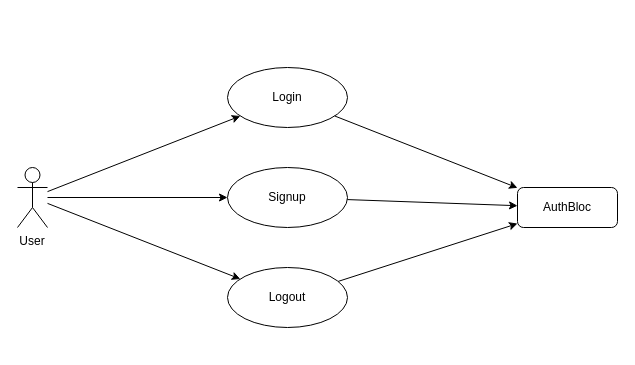
Above: assets/Detailed Auth Use Cases.drawio in Alekla0126/map_example (draw.io), before the change. Source tidied: cells renumbered, new cells numbered last; positions are measured from the earlier drawing's top-left corner, leaving out a move shared by most shapes. Both pictures are drawn from the tidied source at 100%, with x=0, y=0 at pixel (17, 67).
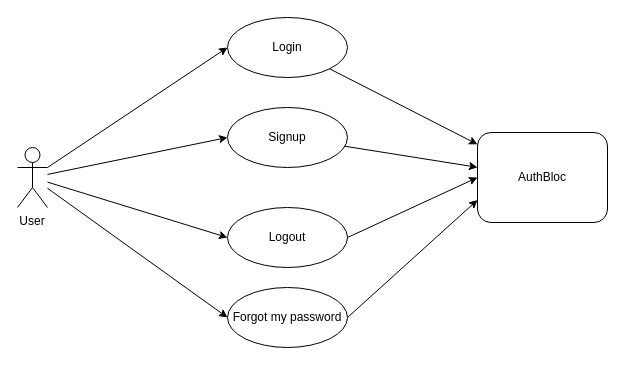
Above is the later version.

The edit, as a diff of the source:
```diff
@@
 <mxGraphModel>
   <root>
     <mxCell id="0" />
     <mxCell id="1" parent="0" />
+    <mxCell id="13" style="rounded=0;jettySize=auto;html=1;entryX=0;entryY=0.5;entryDx=0;entryDy=0;" parent="1" edge="1" source="2" target="15">
+      <mxGeometry relative="1" as="geometry" />
+    </mxCell>
     <mxCell id="2" value="User" style="shape=umlActor;verticalLabelPosition=bottom;verticalAlign=top;" parent="1" vertex="1">
-      <mxGeometry y="100" width="30" height="60" as="geometry" />
+      <mxGeometry y="80" width="30" height="60" as="geometry" />
     </mxCell>
     <mxCell id="3" value="Login" style="ellipse;whiteSpace=wrap;html=1;" parent="1" vertex="1">
-      <mxGeometry x="210" width="120" height="60" as="geometry" />
+      <mxGeometry x="210" y="-50" width="120" height="60" as="geometry" />
     </mxCell>
     <mxCell id="4" value="Signup" style="ellipse;whiteSpace=wrap;html=1;" parent="1" vertex="1">
-      <mxGeometry x="210" y="100" width="120" height="60" as="geometry" />
+      <mxGeometry x="210" y="40" width="120" height="60" as="geometry" />
     </mxCell>
     <mxCell id="5" value="Logout" style="ellipse;whiteSpace=wrap;html=1;" parent="1" vertex="1">
-      <mxGeometry x="210" y="200" width="120" height="60" as="geometry" />
+      <mxGeometry x="210" y="140" width="120" height="60" as="geometry" />
     </mxCell>
     <mxCell id="6" value="AuthBloc" style="rounded=1;whiteSpace=wrap;html=1;" parent="1" vertex="1">
-      <mxGeometry x="500" y="120" width="100" height="40" as="geometry" />
+      <mxGeometry x="460" y="65" width="130" height="90" as="geometry" />
     </mxCell>
-    <mxCell id="7" parent="1" edge="1" source="2" target="3">
+    <mxCell id="7" style="entryX=0;entryY=0.5;entryDx=0;entryDy=0;" parent="1" edge="1" source="2" target="3">
       <mxGeometry relative="1" as="geometry" />
     </mxCell>
-    <mxCell id="8" parent="1" edge="1" source="2" target="4">
+    <mxCell id="8" style="entryX=0;entryY=0.5;entryDx=0;entryDy=0;" parent="1" edge="1" source="2" target="4">
       <mxGeometry relative="1" as="geometry" />
     </mxCell>
-    <mxCell id="9" parent="1" edge="1" source="2" target="5">
+    <mxCell id="9" style="entryX=0;entryY=0.5;entryDx=0;entryDy=0;" parent="1" edge="1" source="2" target="5">
       <mxGeometry relative="1" as="geometry" />
     </mxCell>
     <mxCell id="10" parent="1" edge="1" source="3" target="6">
       <mxGeometry relative="1" as="geometry" />
     </mxCell>
     <mxCell id="11" parent="1" edge="1" source="4" target="6">
       <mxGeometry relative="1" as="geometry" />
     </mxCell>
-    <mxCell id="12" parent="1" edge="1" source="5" target="6">
+    <mxCell id="12" style="entryX=0;entryY=0.5;entryDx=0;entryDy=0;exitX=1;exitY=0.5;exitDx=0;exitDy=0;" parent="1" edge="1" source="5" target="6">
       <mxGeometry relative="1" as="geometry" />
     </mxCell>
+    <mxCell id="14" style="rounded=0;jettySize=auto;html=1;entryX=0;entryY=0.75;entryDx=0;entryDy=0;exitX=1;exitY=0.5;exitDx=0;exitDy=0;" parent="1" edge="1" source="15" target="6">
+      <mxGeometry relative="1" as="geometry" />
+    </mxCell>
+    <mxCell id="15" value="Forgot my password" style="ellipse;whiteSpace=wrap;html=1;" parent="1" vertex="1">
+      <mxGeometry x="210" y="220" width="120" height="60" as="geometry" />
+    </mxCell>
   </root>
 </mxGraphModel>
```
